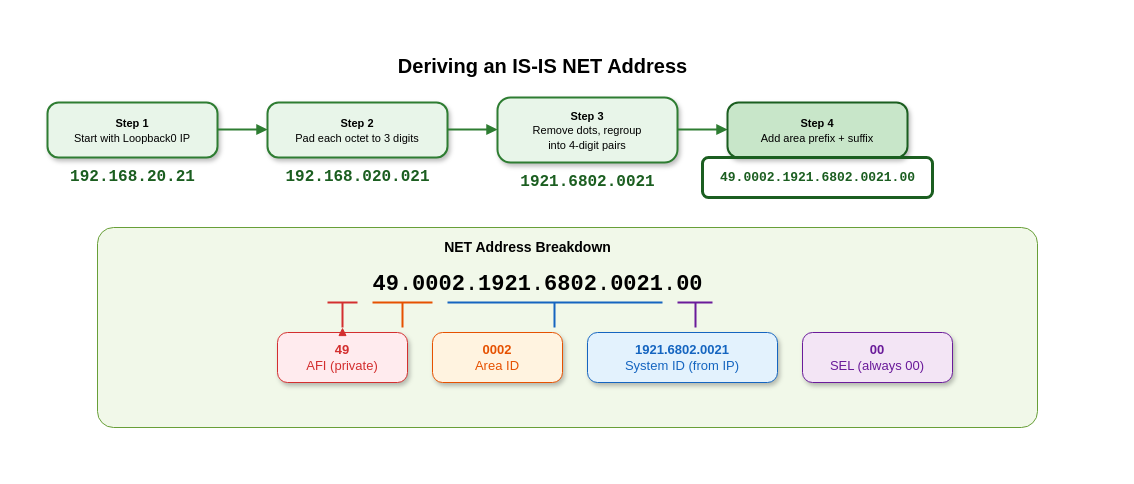
rgoldens/Cisco-Live-2026-Service-as-Code keeps this draw.io diagram as images/isis-net-derivation.drawio. Above is the earlier version. Source tidied: cells renumbered, new cells numbered last; positions are measured from the earlier drawing's top-left corner, leaving out a move shared by most shapes. Both pictures are drawn from the tidied source at 100%, with x=0, y=0 at pixel (47, 47).
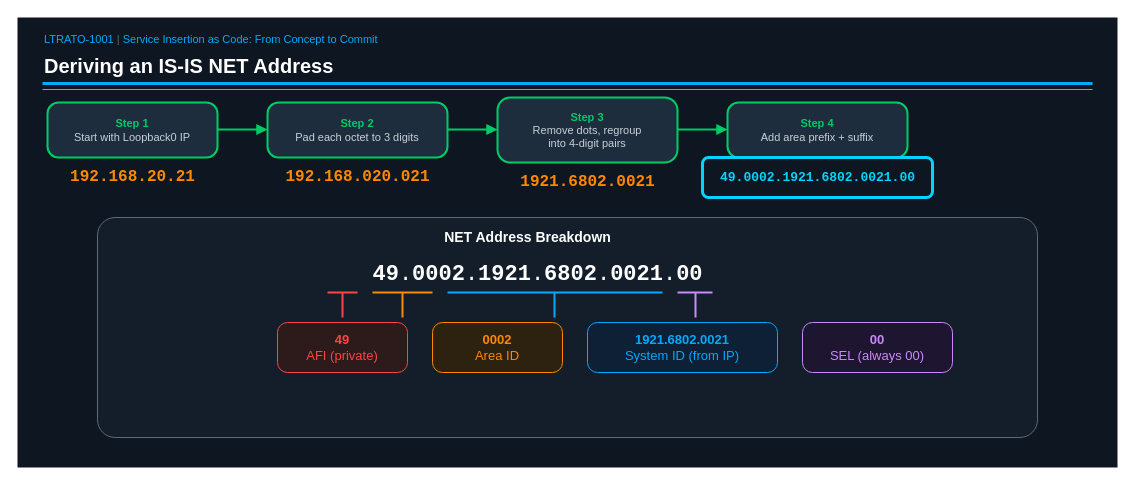
After the change.

What changed in the source:
```diff
@@
+    <mxCell id="31" style="rounded=0;whiteSpace=wrap;html=1;fillColor=#0e1621;strokeColor=none;" parent="1" vertex="1">
+      <mxGeometry x="-30" y="-30" width="1100" height="450" as="geometry" />
+    </mxCell>
+    <mxCell id="32" value="&lt;font color=&quot;#00aaff&quot;&gt;LTRATO-1001&lt;/font&gt;&lt;font color=&quot;#5a6a7a&quot;&gt; | &lt;/font&gt;&lt;font color=&quot;#00aaff&quot;&gt;Service Insertion as Code: From Concept to Commit&lt;/font&gt;" style="text;html=1;fontSize=11;align=left;verticalAlign=middle;fontColor=#00aaff;" parent="1" vertex="1">
+      <mxGeometry x="-5" y="-18" width="350" height="20" as="geometry" />
+    </mxCell>
-    <mxCell id="2" value="&lt;font style=&quot;font-size:20px;&quot;&gt;&lt;b&gt;Deriving an IS-IS NET Address&lt;/b&gt;&lt;/font&gt;" style="text;html=1;align=center;verticalAlign=middle;" parent="1" vertex="1">
-      <mxGeometry x="320" width="350" height="35" as="geometry" />
+    <mxCell id="2" value="Deriving an IS-IS NET Address" style="text;html=1;fontSize=20;fontStyle=1;align=left;verticalAlign=middle;fontColor=#ffffff;" parent="1" vertex="1">
+      <mxGeometry x="-5" width="400" height="35" as="geometry" />
     </mxCell>
+    <mxCell id="33" style="endArrow=none;html=1;strokeColor=#00aaff;strokeWidth=3;" parent="1" edge="1">
+      <mxGeometry relative="1" as="geometry">
+        <mxPoint x="-5" y="36" as="sourcePoint" />
+        <mxPoint x="1045" y="36" as="targetPoint" />
+      </mxGeometry>
+    </mxCell>
+    <mxCell id="34" style="endArrow=none;html=1;strokeColor=#00d4ff;strokeWidth=1;" parent="1" edge="1">
+      <mxGeometry relative="1" as="geometry">
+        <mxPoint x="-5" y="42" as="sourcePoint" />
+        <mxPoint x="1045" y="42" as="targetPoint" />
+      </mxGeometry>
+    </mxCell>
-    <mxCell id="3" value="&lt;font style=&quot;font-size:11px;&quot;&gt;&lt;b&gt;Step 1&lt;/b&gt;&lt;br&gt;Start with Loopback0 IP&lt;/font&gt;" style="rounded=1;whiteSpace=wrap;html=1;fillColor=#E8F5E9;strokeColor=#2E7D32;strokeWidth=2;arcSize=20;shadow=1;" parent="1" vertex="1">
+    <mxCell id="3" value="&lt;font color=&quot;#00cc66&quot;&gt;&lt;b&gt;Step 1&lt;/b&gt;&lt;/font&gt;&lt;br&gt;&lt;font color=&quot;#c8d0d8&quot;&gt;Start with Loopback0 IP&lt;/font&gt;" style="rounded=1;whiteSpace=wrap;html=1;fillColor=#1e2d3d;strokeColor=#00cc66;strokeWidth=2;arcSize=20;fontSize=11;" parent="1" vertex="1">
       <mxGeometry y="55" width="170" height="55" as="geometry" />
     </mxCell>
-    <mxCell id="4" value="&lt;font face=&quot;Courier New&quot; style=&quot;font-size:16px;&quot; color=&quot;#1B5E20&quot;&gt;&lt;b&gt;192.168.20.21&lt;/b&gt;&lt;/font&gt;" style="text;html=1;align=center;verticalAlign=middle;" parent="1" vertex="1">
+    <mxCell id="4" value="&lt;font face=&quot;Courier New&quot; color=&quot;#ff8800&quot; style=&quot;font-size:16px;&quot;&gt;&lt;b&gt;192.168.20.21&lt;/b&gt;&lt;/font&gt;" style="text;html=1;align=center;verticalAlign=middle;" parent="1" vertex="1">
       <mxGeometry y="115" width="170" height="30" as="geometry" />
     </mxCell>
-    <mxCell id="5" style="endArrow=block;endFill=1;html=1;strokeWidth=2;strokeColor=#2E7D32;" parent="1" edge="1">
+    <mxCell id="5" style="endArrow=block;endFill=1;html=1;strokeWidth=2;strokeColor=#00cc66;" parent="1" edge="1">
       <mxGeometry relative="1" as="geometry">
         <mxPoint x="170" y="82" as="sourcePoint" />
         <mxPoint x="220" y="82" as="targetPoint" />
       </mxGeometry>
     </mxCell>
-    <mxCell id="6" value="&lt;font style=&quot;font-size:11px;&quot;&gt;&lt;b&gt;Step 2&lt;/b&gt;&lt;br&gt;Pad each octet to 3 digits&lt;/font&gt;" style="rounded=1;whiteSpace=wrap;html=1;fillColor=#E8F5E9;strokeColor=#2E7D32;strokeWidth=2;arcSize=20;shadow=1;" parent="1" vertex="1">
+    <mxCell id="6" value="&lt;font color=&quot;#00cc66&quot;&gt;&lt;b&gt;Step 2&lt;/b&gt;&lt;/font&gt;&lt;br&gt;&lt;font color=&quot;#c8d0d8&quot;&gt;Pad each octet to 3 digits&lt;/font&gt;" style="rounded=1;whiteSpace=wrap;html=1;fillColor=#1e2d3d;strokeColor=#00cc66;strokeWidth=2;arcSize=20;fontSize=11;" parent="1" vertex="1">
       <mxGeometry x="220" y="55" width="180" height="55" as="geometry" />
     </mxCell>
-    <mxCell id="7" value="&lt;font face=&quot;Courier New&quot; style=&quot;font-size:16px;&quot; color=&quot;#1B5E20&quot;&gt;&lt;b&gt;192.168.020.021&lt;/b&gt;&lt;/font&gt;" style="text;html=1;align=center;verticalAlign=middle;" parent="1" vertex="1">
+    <mxCell id="7" value="&lt;font face=&quot;Courier New&quot; color=&quot;#ff8800&quot; style=&quot;font-size:16px;&quot;&gt;&lt;b&gt;192.168.020.021&lt;/b&gt;&lt;/font&gt;" style="text;html=1;align=center;verticalAlign=middle;" parent="1" vertex="1">
       <mxGeometry x="220" y="115" width="180" height="30" as="geometry" />
     </mxCell>
-    <mxCell id="8" style="endArrow=block;endFill=1;html=1;strokeWidth=2;strokeColor=#2E7D32;" parent="1" edge="1">
+    <mxCell id="8" style="endArrow=block;endFill=1;html=1;strokeWidth=2;strokeColor=#00cc66;" parent="1" edge="1">
       <mxGeometry relative="1" as="geometry">
         <mxPoint x="400" y="82" as="sourcePoint" />
         <mxPoint x="450" y="82" as="targetPoint" />
       </mxGeometry>
     </mxCell>
-    <mxCell id="9" value="&lt;font style=&quot;font-size:11px;&quot;&gt;&lt;b&gt;Step 3&lt;/b&gt;&lt;br&gt;Remove dots, regroup&lt;br&gt;into 4-digit pairs&lt;/font&gt;" style="rounded=1;whiteSpace=wrap;html=1;fillColor=#E8F5E9;strokeColor=#2E7D32;strokeWidth=2;arcSize=20;shadow=1;" parent="1" vertex="1">
+    <mxCell id="9" value="&lt;font color=&quot;#00cc66&quot;&gt;&lt;b&gt;Step 3&lt;/b&gt;&lt;/font&gt;&lt;br&gt;&lt;font color=&quot;#c8d0d8&quot;&gt;Remove dots, regroup&lt;br&gt;into 4-digit pairs&lt;/font&gt;" style="rounded=1;whiteSpace=wrap;html=1;fillColor=#1e2d3d;strokeColor=#00cc66;strokeWidth=2;arcSize=20;fontSize=11;" parent="1" vertex="1">
       <mxGeometry x="450" y="50" width="180" height="65" as="geometry" />
     </mxCell>
-    <mxCell id="10" value="&lt;font face=&quot;Courier New&quot; style=&quot;font-size:16px;&quot; color=&quot;#1B5E20&quot;&gt;&lt;b&gt;1921.6802.0021&lt;/b&gt;&lt;/font&gt;" style="text;html=1;align=center;verticalAlign=middle;" parent="1" vertex="1">
+    <mxCell id="10" value="&lt;font face=&quot;Courier New&quot; color=&quot;#ff8800&quot; style=&quot;font-size:16px;&quot;&gt;&lt;b&gt;1921.6802.0021&lt;/b&gt;&lt;/font&gt;" style="text;html=1;align=center;verticalAlign=middle;" parent="1" vertex="1">
       <mxGeometry x="450" y="120" width="180" height="30" as="geometry" />
     </mxCell>
-    <mxCell id="11" style="endArrow=block;endFill=1;html=1;strokeWidth=2;strokeColor=#2E7D32;" parent="1" edge="1">
+    <mxCell id="11" style="endArrow=block;endFill=1;html=1;strokeWidth=2;strokeColor=#00cc66;" parent="1" edge="1">
       <mxGeometry relative="1" as="geometry">
         <mxPoint x="630" y="82" as="sourcePoint" />
         <mxPoint x="680" y="82" as="targetPoint" />
       </mxGeometry>
     </mxCell>
-    <mxCell id="12" value="&lt;font style=&quot;font-size:11px;&quot;&gt;&lt;b&gt;Step 4&lt;/b&gt;&lt;br&gt;Add area prefix + suffix&lt;/font&gt;" style="rounded=1;whiteSpace=wrap;html=1;fillColor=#C8E6C9;strokeColor=#1B5E20;strokeWidth=2;arcSize=20;shadow=1;" parent="1" vertex="1">
+    <mxCell id="12" value="&lt;font color=&quot;#00cc66&quot;&gt;&lt;b&gt;Step 4&lt;/b&gt;&lt;/font&gt;&lt;br&gt;&lt;font color=&quot;#c8d0d8&quot;&gt;Add area prefix + suffix&lt;/font&gt;" style="rounded=1;whiteSpace=wrap;html=1;fillColor=#1e2d3d;strokeColor=#00cc66;strokeWidth=2;arcSize=20;fontSize=11;" parent="1" vertex="1">
       <mxGeometry x="680" y="55" width="180" height="55" as="geometry" />
     </mxCell>
-    <mxCell id="13" value="&lt;font face=&quot;Courier New&quot; style=&quot;font-size:13px;&quot; color=&quot;#1B5E20&quot;&gt;&lt;b&gt;49.0002.1921.6802.0021.00&lt;/b&gt;&lt;/font&gt;" style="text;html=1;align=center;verticalAlign=middle;" parent="1" vertex="1">
+    <mxCell id="13" value="&lt;font face=&quot;Courier New&quot; color=&quot;#00d4ff&quot; style=&quot;font-size:13px;&quot;&gt;&lt;b&gt;49.0002.1921.6802.0021.00&lt;/b&gt;&lt;/font&gt;" style="text;html=1;align=center;verticalAlign=middle;" parent="1" vertex="1">
       <mxGeometry x="660" y="115" width="220" height="30" as="geometry" />
     </mxCell>
-    <mxCell id="14" style="rounded=1;whiteSpace=wrap;html=1;fillColor=none;strokeColor=#1B5E20;strokeWidth=3;arcSize=15;dashed=0;" parent="1" vertex="1">
+    <mxCell id="14" style="rounded=1;whiteSpace=wrap;html=1;fillColor=none;strokeColor=#00d4ff;strokeWidth=3;arcSize=15;" parent="1" vertex="1">
       <mxGeometry x="655" y="110" width="230" height="40" as="geometry" />
     </mxCell>
-    <mxCell id="15" style="rounded=1;whiteSpace=wrap;html=1;fillColor=#F1F8E9;strokeColor=#689F38;strokeWidth=1;arcSize=8;" parent="1" vertex="1">
-      <mxGeometry x="50" y="180" width="940" height="200" as="geometry" />
+    <mxCell id="15" style="rounded=1;whiteSpace=wrap;html=1;fillColor=#141e2b;strokeColor=#5a6a7a;strokeWidth=1;arcSize=8;" parent="1" vertex="1">
+      <mxGeometry x="50" y="170" width="940" height="220" as="geometry" />
     </mxCell>
-    <mxCell id="16" value="&lt;font style=&quot;font-size:14px;&quot;&gt;&lt;b&gt;NET Address Breakdown&lt;/b&gt;&lt;/font&gt;" style="text;html=1;align=center;verticalAlign=middle;" parent="1" vertex="1">
-      <mxGeometry x="370" y="185" width="220" height="30" as="geometry" />
+    <mxCell id="16" value="&lt;font color=&quot;#ffffff&quot; style=&quot;font-size:14px;&quot;&gt;&lt;b&gt;NET Address Breakdown&lt;/b&gt;&lt;/font&gt;" style="text;html=1;align=center;verticalAlign=middle;" parent="1" vertex="1">
+      <mxGeometry x="370" y="175" width="220" height="30" as="geometry" />
     </mxCell>
-    <mxCell id="17" value="&lt;font face=&quot;Courier New&quot; style=&quot;font-size:22px;&quot;&gt;&lt;b&gt;49&lt;/b&gt;.&lt;b&gt;0002&lt;/b&gt;.&lt;b&gt;1921&lt;/b&gt;.&lt;b&gt;6802&lt;/b&gt;.&lt;b&gt;0021&lt;/b&gt;.&lt;b&gt;00&lt;/b&gt;&lt;/font&gt;" style="text;html=1;align=center;verticalAlign=middle;" parent="1" vertex="1">
-      <mxGeometry x="240" y="220" width="500" height="35" as="geometry" />
+    <mxCell id="17" value="&lt;font face=&quot;Courier New&quot; color=&quot;#ffffff&quot; style=&quot;font-size:22px;&quot;&gt;&lt;b&gt;49&lt;/b&gt;.&lt;b&gt;0002&lt;/b&gt;.&lt;b&gt;1921&lt;/b&gt;.&lt;b&gt;6802&lt;/b&gt;.&lt;b&gt;0021&lt;/b&gt;.&lt;b&gt;00&lt;/b&gt;&lt;/font&gt;" style="text;html=1;align=center;verticalAlign=middle;" parent="1" vertex="1">
+      <mxGeometry x="240" y="210" width="500" height="35" as="geometry" />
     </mxCell>
-    <mxCell id="18" style="endArrow=none;html=1;strokeWidth=2;strokeColor=#D32F2F;" parent="1" edge="1">
+    <mxCell id="18" style="endArrow=none;html=1;strokeWidth=2;strokeColor=#ff4444;" parent="1" edge="1">
       <mxGeometry relative="1" as="geometry">
-        <mxPoint x="280" y="255" as="sourcePoint" />
-        <mxPoint x="310" y="255" as="targetPoint" />
+        <mxPoint x="280" y="245" as="sourcePoint" />
+        <mxPoint x="310" y="245" as="targetPoint" />
       </mxGeometry>
     </mxCell>
-    <mxCell id="19" style="endArrow=none;html=1;strokeWidth=2;strokeColor=#D32F2F;" parent="1" edge="1">
+    <mxCell id="19" style="endArrow=none;html=1;strokeWidth=2;strokeColor=#ff4444;" parent="1" edge="1">
       <mxGeometry relative="1" as="geometry">
-        <mxPoint x="295" y="255" as="sourcePoint" />
-        <mxPoint x="295" y="280" as="targetPoint" />
+        <mxPoint x="295" y="245" as="sourcePoint" />
+        <mxPoint x="295" y="270" as="targetPoint" />
       </mxGeometry>
     </mxCell>
-    <mxCell id="20" value="&lt;font style=&quot;font-size:13px;&quot; color=&quot;#D32F2F&quot;&gt;&lt;b&gt;49&lt;/b&gt;&lt;br&gt;AFI (private)&lt;/font&gt;" style="rounded=1;whiteSpace=wrap;html=1;fillColor=#FFEBEE;strokeColor=#D32F2F;fontSize=12;arcSize=20;shadow=1;" parent="1" vertex="1">
-      <mxGeometry x="230" y="285" width="130" height="50" as="geometry" />
+    <mxCell id="20" value="&lt;font color=&quot;#ff4444&quot; style=&quot;font-size:13px;&quot;&gt;&lt;b&gt;49&lt;/b&gt;&lt;br&gt;AFI (private)&lt;/font&gt;" style="rounded=1;whiteSpace=wrap;html=1;fillColor=#2d1a1a;strokeColor=#ff4444;fontSize=12;arcSize=20;" parent="1" vertex="1">
+      <mxGeometry x="230" y="275" width="130" height="50" as="geometry" />
     </mxCell>
-    <mxCell id="21" style="endArrow=none;html=1;strokeWidth=2;strokeColor=#E65100;" parent="1" edge="1">
+    <mxCell id="21" style="endArrow=none;html=1;strokeWidth=2;strokeColor=#ff8800;" parent="1" edge="1">
       <mxGeometry relative="1" as="geometry">
-        <mxPoint x="325" y="255" as="sourcePoint" />
-        <mxPoint x="385" y="255" as="targetPoint" />
+        <mxPoint x="325" y="245" as="sourcePoint" />
+        <mxPoint x="385" y="245" as="targetPoint" />
       </mxGeometry>
     </mxCell>
-    <mxCell id="22" style="endArrow=none;html=1;strokeWidth=2;strokeColor=#E65100;" parent="1" edge="1">
+    <mxCell id="22" style="endArrow=none;html=1;strokeWidth=2;strokeColor=#ff8800;" parent="1" edge="1">
       <mxGeometry relative="1" as="geometry">
-        <mxPoint x="355" y="255" as="sourcePoint" />
-        <mxPoint x="355" y="280" as="targetPoint" />
+        <mxPoint x="355" y="245" as="sourcePoint" />
+        <mxPoint x="355" y="270" as="targetPoint" />
       </mxGeometry>
     </mxCell>
-    <mxCell id="23" value="&lt;font style=&quot;font-size:13px;&quot; color=&quot;#E65100&quot;&gt;&lt;b&gt;0002&lt;/b&gt;&lt;br&gt;Area ID&lt;/font&gt;" style="rounded=1;whiteSpace=wrap;html=1;fillColor=#FFF3E0;strokeColor=#E65100;fontSize=12;arcSize=20;shadow=1;" parent="1" vertex="1">
-      <mxGeometry x="385" y="285" width="130" height="50" as="geometry" />
+    <mxCell id="23" value="&lt;font color=&quot;#ff8800&quot; style=&quot;font-size:13px;&quot;&gt;&lt;b&gt;0002&lt;/b&gt;&lt;br&gt;Area ID&lt;/font&gt;" style="rounded=1;whiteSpace=wrap;html=1;fillColor=#2d2210;strokeColor=#ff8800;fontSize=12;arcSize=20;" parent="1" vertex="1">
+      <mxGeometry x="385" y="275" width="130" height="50" as="geometry" />
     </mxCell>
-    <mxCell id="24" style="endArrow=none;html=1;strokeWidth=2;strokeColor=#1565C0;" parent="1" edge="1">
+    <mxCell id="24" style="endArrow=none;html=1;strokeWidth=2;strokeColor=#00aaff;" parent="1" edge="1">
       <mxGeometry relative="1" as="geometry">
-        <mxPoint x="400" y="255" as="sourcePoint" />
-        <mxPoint x="615" y="255" as="targetPoint" />
+        <mxPoint x="400" y="245" as="sourcePoint" />
+        <mxPoint x="615" y="245" as="targetPoint" />
       </mxGeometry>
     </mxCell>
-    <mxCell id="25" style="endArrow=none;html=1;strokeWidth=2;strokeColor=#1565C0;" parent="1" edge="1">
+    <mxCell id="25" style="endArrow=none;html=1;strokeWidth=2;strokeColor=#00aaff;" parent="1" edge="1">
       <mxGeometry relative="1" as="geometry">
-        <mxPoint x="507" y="255" as="sourcePoint" />
-        <mxPoint x="507" y="280" as="targetPoint" />
+        <mxPoint x="507" y="245" as="sourcePoint" />
+        <mxPoint x="507" y="270" as="targetPoint" />
       </mxGeometry>
     </mxCell>
-    <mxCell id="26" value="&lt;font style=&quot;font-size:13px;&quot; color=&quot;#1565C0&quot;&gt;&lt;b&gt;1921.6802.0021&lt;/b&gt;&lt;br&gt;System ID (from IP)&lt;/font&gt;" style="rounded=1;whiteSpace=wrap;html=1;fillColor=#E3F2FD;strokeColor=#1565C0;fontSize=12;arcSize=20;shadow=1;" parent="1" vertex="1">
-      <mxGeometry x="540" y="285" width="190" height="50" as="geometry" />
+    <mxCell id="26" value="&lt;font color=&quot;#00aaff&quot; style=&quot;font-size:13px;&quot;&gt;&lt;b&gt;1921.6802.0021&lt;/b&gt;&lt;br&gt;System ID (from IP)&lt;/font&gt;" style="rounded=1;whiteSpace=wrap;html=1;fillColor=#0e2035;strokeColor=#00aaff;fontSize=12;arcSize=20;" parent="1" vertex="1">
+      <mxGeometry x="540" y="275" width="190" height="50" as="geometry" />
     </mxCell>
-    <mxCell id="27" style="endArrow=none;html=1;strokeWidth=2;strokeColor=#6A1B9A;" parent="1" edge="1">
+    <mxCell id="27" style="endArrow=none;html=1;strokeWidth=2;strokeColor=#cc88ff;" parent="1" edge="1">
       <mxGeometry relative="1" as="geometry">
-        <mxPoint x="630" y="255" as="sourcePoint" />
-        <mxPoint x="665" y="255" as="targetPoint" />
+        <mxPoint x="630" y="245" as="sourcePoint" />
+        <mxPoint x="665" y="245" as="targetPoint" />
       </mxGeometry>
     </mxCell>
-    <mxCell id="28" style="endArrow=none;html=1;strokeWidth=2;strokeColor=#6A1B9A;" parent="1" edge="1">
+    <mxCell id="28" style="endArrow=none;html=1;strokeWidth=2;strokeColor=#cc88ff;" parent="1" edge="1">
       <mxGeometry relative="1" as="geometry">
-        <mxPoint x="648" y="255" as="sourcePoint" />
-        <mxPoint x="648" y="280" as="targetPoint" />
+        <mxPoint x="648" y="245" as="sourcePoint" />
+        <mxPoint x="648" y="270" as="targetPoint" />
       </mxGeometry>
     </mxCell>
-    <mxCell id="29" value="&lt;font style=&quot;font-size:13px;&quot; color=&quot;#6A1B9A&quot;&gt;&lt;b&gt;00&lt;/b&gt;&lt;br&gt;SEL (always 00)&lt;/font&gt;" style="rounded=1;whiteSpace=wrap;html=1;fillColor=#F3E5F5;strokeColor=#6A1B9A;fontSize=12;arcSize=20;shadow=1;" parent="1" vertex="1">
-      <mxGeometry x="755" y="285" width="150" height="50" as="geometry" />
+    <mxCell id="29" value="&lt;font color=&quot;#cc88ff&quot; style=&quot;font-size:13px;&quot;&gt;&lt;b&gt;00&lt;/b&gt;&lt;br&gt;SEL (always 00)&lt;/font&gt;" style="rounded=1;whiteSpace=wrap;html=1;fillColor=#1e1530;strokeColor=#cc88ff;fontSize=12;arcSize=20;" parent="1" vertex="1">
+      <mxGeometry x="755" y="275" width="150" height="50" as="geometry" />
     </mxCell>
-    <mxCell id="30" style="endArrow=block;endFill=1;html=1;strokeWidth=1;strokeColor=#D32F2F;exitX=0.5;exitY=0;exitDx=0;exitDy=0;" parent="1" edge="1">
-      <mxGeometry relative="1" as="geometry">
-        <mxPoint x="295" y="285" as="sourcePoint" />
-        <mxPoint x="295" y="280" as="targetPoint" />
-      </mxGeometry>
-    </mxCell>
```
